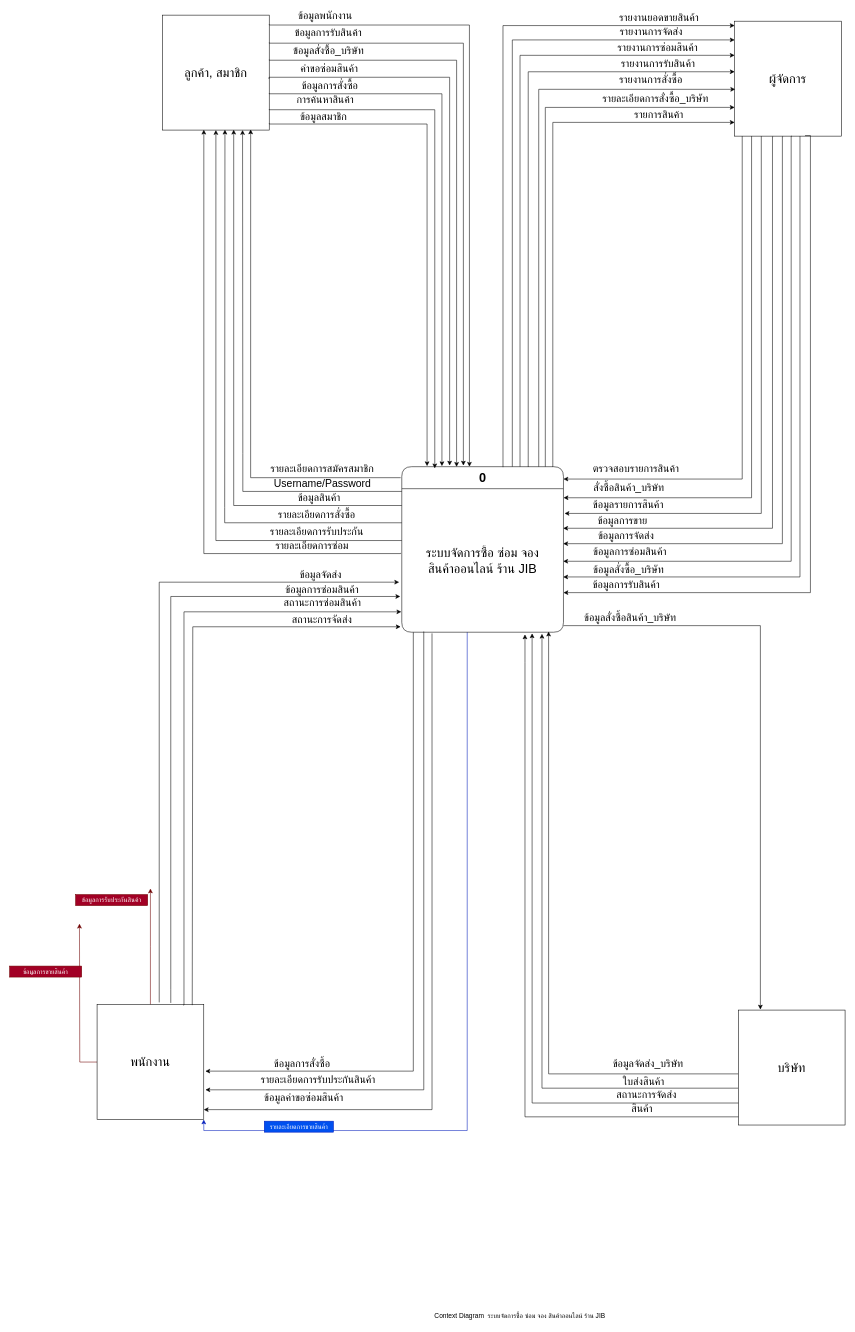
The draw.io diagram Untitled Diagram.drawio in tonparin/SomkidDiagram, before the edit. Source tidied: cells renumbered, new cells numbered last; positions are measured from the earlier drawing's top-left corner, leaving out a move shared by most shapes. Both pictures are drawn from the tidied source at 55%, with x=0, y=0 at pixel (9, 10).
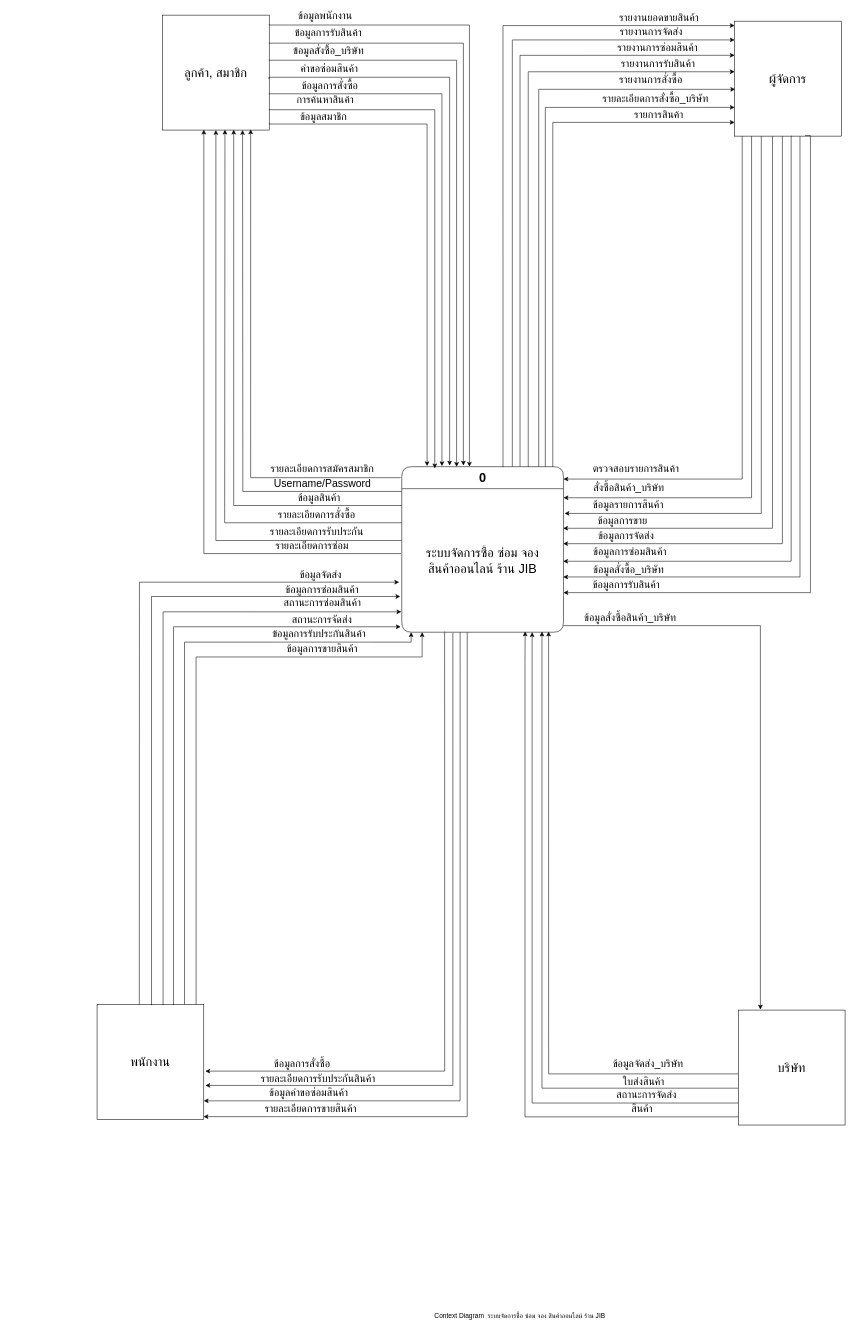
The same page after the edit.

The change refers to these unchanged cells:
```xml
<mxCell id="6" value="บริษัท" style="rounded=0;whiteSpace=wrap;html=1;fontSize=23;" parent="1" vertex="1">
  <mxGeometry x="1325" y="1818" width="194" height="209" as="geometry" />
</mxCell>
<mxCell id="9" value="0" style="swimlane;fontStyle=1;align=center;verticalAlign=middle;horizontal=1;startSize=40;html=1;rounded=1;fontSize=23;" parent="1" vertex="1">
  <mxGeometry x="713" y="830" width="294" height="301" as="geometry" />
</mxCell>
<mxCell id="10" value="&lt;div style=&quot;font-size: 23px;&quot;&gt;ระบบจัดการซื้อ ซ่อม จอง &lt;br style=&quot;font-size: 23px;&quot;&gt;&lt;/div&gt;&lt;div style=&quot;font-size: 23px;&quot;&gt;สินค้าออนไลน์ ร้าน JIB&lt;/div&gt;" style="text;html=1;strokeColor=none;fillColor=none;align=center;verticalAlign=middle;spacingLeft=4;spacingRight=4;overflow=hidden;points=[[0,0.5],[1,0.5]];portConstraint=eastwest;fontSize=23;" parent="9" vertex="1">
  <mxGeometry y="40" width="294" height="261" as="geometry" />
</mxCell>
<mxCell id="23" value="พนักงาน" style="rounded=0;whiteSpace=wrap;html=1;fontSize=23;" parent="1" vertex="1">
  <mxGeometry x="159" y="1808" width="194" height="209" as="geometry" />
</mxCell>
```

The edit, as a diff of the source:
```diff
@@
-    <mxCell id="5" style="edgeStyle=orthogonalEdgeStyle;rounded=0;jettySize=auto;html=1;entryX=0.867;entryY=1.011;entryDx=0;entryDy=0;entryPerimeter=0;" parent="1" edge="1" source="6" target="10">
+    <mxCell id="5" style="edgeStyle=orthogonalEdgeStyle;rounded=0;jettySize=auto;html=1;entryX=0.867;entryY=0.996;entryDx=0;entryDy=0;entryPerimeter=0;" parent="1" edge="1" source="6" target="10">
       <mxGeometry relative="1" as="geometry">
         <Array as="points">
           <mxPoint x="968" y="1960" />
         </Array>
       </mxGeometry>
     </mxCell>
@@
-    <mxCell id="8" style="edgeStyle=orthogonalEdgeStyle;rounded=0;jettySize=auto;html=1;entryX=1;entryY=1;entryDx=0;entryDy=0;fillColor=#0050ef;strokeColor=#001DBC;" parent="1" edge="1" source="9" target="23">
+    <mxCell id="8" style="edgeStyle=orthogonalEdgeStyle;rounded=0;jettySize=auto;html=1;entryX=0.998;entryY=0.975;entryDx=0;entryDy=0;fillColor=#0050ef;entryPerimeter=0;" parent="1" edge="1" source="9" target="23">
       <mxGeometry relative="1" as="geometry">
         <Array as="points">
-          <mxPoint x="832" y="2037" />
-          <mxPoint x="353" y="2037" />
+          <mxPoint x="832" y="2011" />
+          <mxPoint x="353" y="2011" />
         </Array>
       </mxGeometry>
     </mxCell>
@@
-    <mxCell id="21" style="edgeStyle=orthogonalEdgeStyle;rounded=0;jettySize=auto;html=1;fillColor=#a20025;strokeColor=#6F0000;" parent="1" edge="1" source="23">
+    <mxCell id="21" style="edgeStyle=orthogonalEdgeStyle;rounded=0;jettySize=auto;html=1;fillColor=#a20025;" parent="1" edge="1" source="23" target="10">
       <mxGeometry relative="1" as="geometry">
-        <mxPoint x="256" y="1597" as="targetPoint" />
+        <Array as="points">
+          <mxPoint x="318" y="1149" />
+          <mxPoint x="730" y="1149" />
+        </Array>
       </mxGeometry>
     </mxCell>
-    <mxCell id="22" style="edgeStyle=orthogonalEdgeStyle;rounded=0;jettySize=auto;html=1;fillColor=#a20025;strokeColor=#6F0000;" parent="1" edge="1" source="23">
+    <mxCell id="22" style="edgeStyle=orthogonalEdgeStyle;rounded=0;jettySize=auto;html=1;fillColor=#a20025;exitX=0.928;exitY=0.005;exitDx=0;exitDy=0;exitPerimeter=0;" parent="1" edge="1" source="23">
       <mxGeometry relative="1" as="geometry">
-        <mxPoint x="127" y="1661" as="targetPoint" />
+        <mxPoint x="750" y="1131" as="targetPoint" />
+        <Array as="points">
+          <mxPoint x="339" y="1176" />
+          <mxPoint x="750" y="1176" />
+        </Array>
       </mxGeometry>
     </mxCell>
@@
     <mxCell id="29" value="รายละเอียดการรับประกันสินค้า" style="text;html=1;strokeColor=none;fillColor=none;align=center;verticalAlign=middle;whiteSpace=wrap;rounded=0;fontSize=19;" parent="1" vertex="1">
-      <mxGeometry x="439" y="1934.5" width="244" height="20" as="geometry" />
+      <mxGeometry x="439" y="1932.5" width="244" height="20" as="geometry" />
     </mxCell>
     <mxCell id="30" value="ข้อมูลคำขอซ่อมสินค้า" style="text;html=1;strokeColor=none;fillColor=none;align=center;verticalAlign=middle;whiteSpace=wrap;rounded=0;fontSize=19;" parent="1" vertex="1">
-      <mxGeometry x="441" y="1967" width="188" height="20" as="geometry" />
+      <mxGeometry x="450" y="1958" width="188" height="20" as="geometry" />
     </mxCell>
-    <mxCell id="31" style="edgeStyle=orthogonalEdgeStyle;rounded=0;jettySize=auto;html=1;entryX=-0.007;entryY=0.962;entryDx=0;entryDy=0;entryPerimeter=0;exitX=0.892;exitY=0.005;exitDx=0;exitDy=0;exitPerimeter=0;" parent="1" edge="1" source="23" target="10">
+    <mxCell id="31" style="edgeStyle=orthogonalEdgeStyle;rounded=0;jettySize=auto;html=1;entryX=-0.007;entryY=0.962;entryDx=0;entryDy=0;entryPerimeter=0;" parent="1" edge="1" target="10">
       <mxGeometry relative="1" as="geometry">
+        <mxPoint x="298" y="1809" as="sourcePoint" />
         <Array as="points">
-          <mxPoint x="333" y="1121" />
+          <mxPoint x="298" y="1809" />
+          <mxPoint x="298" y="1121" />
         </Array>
       </mxGeometry>
     </mxCell>
@@
-    <mxCell id="84" style="edgeStyle=orthogonalEdgeStyle;rounded=0;jettySize=auto;html=1;entryX=0.806;entryY=1.008;entryDx=0;entryDy=0;entryPerimeter=0;" parent="1" edge="1" target="10">
+    <mxCell id="84" style="edgeStyle=orthogonalEdgeStyle;rounded=0;jettySize=auto;html=1;" parent="1" edge="1" target="10">
       <mxGeometry relative="1" as="geometry">
         <mxPoint x="1325" y="1987" as="sourcePoint" />
         <Array as="points">
           <mxPoint x="950" y="1987" />
         </Array>
       </mxGeometry>
     </mxCell>
-    <mxCell id="85" style="edgeStyle=orthogonalEdgeStyle;rounded=0;orthogonalLoop=1;jettySize=auto;html=1;" parent="1" edge="1">
+    <mxCell id="85" style="edgeStyle=orthogonalEdgeStyle;rounded=0;jettySize=auto;html=1;entryX=0.763;entryY=0.995;entryDx=0;entryDy=0;entryPerimeter=0;" parent="1" edge="1" target="10">
       <mxGeometry relative="1" as="geometry">
         <mxPoint x="1325" y="2012.1" as="sourcePoint" />
-        <mxPoint x="937" y="1135" as="targetPoint" />
         <Array as="points">
           <mxPoint x="937" y="2012" />
           <mxPoint x="937" y="1186" />
         </Array>
       </mxGeometry>
     </mxCell>
-    <mxCell id="86" style="edgeStyle=orthogonalEdgeStyle;rounded=0;jettySize=auto;html=1;entryX=-0.003;entryY=0.858;entryDx=0;entryDy=0;entryPerimeter=0;exitX=0.809;exitY=0.005;exitDx=0;exitDy=0;exitPerimeter=0;" parent="1" edge="1" source="23" target="10">
+    <mxCell id="86" style="edgeStyle=orthogonalEdgeStyle;rounded=0;jettySize=auto;html=1;entryX=-0.003;entryY=0.858;entryDx=0;entryDy=0;entryPerimeter=0;" parent="1" edge="1" target="10">
       <mxGeometry relative="1" as="geometry">
+        <mxPoint x="279" y="1809" as="sourcePoint" />
         <Array as="points">
-          <mxPoint x="317" y="1809" />
-          <mxPoint x="317" y="1094" />
+          <mxPoint x="279" y="1809" />
+          <mxPoint x="279" y="1094" />
         </Array>
       </mxGeometry>
     </mxCell>
-    <mxCell id="87" style="edgeStyle=orthogonalEdgeStyle;rounded=0;orthogonalLoop=1;jettySize=auto;html=1;entryX=-0.003;entryY=0.858;entryDx=0;entryDy=0;entryPerimeter=0;" parent="1" edge="1">
+    <mxCell id="87" style="edgeStyle=orthogonalEdgeStyle;rounded=0;jettySize=auto;html=1;entryX=-0.003;entryY=0.858;entryDx=0;entryDy=0;entryPerimeter=0;exitX=0.516;exitY=0.003;exitDx=0;exitDy=0;exitPerimeter=0;" parent="1" edge="1" source="23">
       <mxGeometry relative="1" as="geometry">
-        <mxPoint x="293" y="1805" as="sourcePoint" />
         <mxPoint x="710.2" y="1066" as="targetPoint" />
         <Array as="points">
-          <mxPoint x="293" y="1781" />
-          <mxPoint x="293" y="1066" />
+          <mxPoint x="258" y="1809" />
+          <mxPoint x="258" y="1066" />
         </Array>
       </mxGeometry>
     </mxCell>
-    <mxCell id="88" style="edgeStyle=orthogonalEdgeStyle;rounded=0;orthogonalLoop=1;jettySize=auto;html=1;entryX=-0.003;entryY=0.858;entryDx=0;entryDy=0;entryPerimeter=0;" parent="1" edge="1">
+    <mxCell id="88" style="edgeStyle=orthogonalEdgeStyle;rounded=0;jettySize=auto;html=1;entryX=-0.003;entryY=0.858;entryDx=0;entryDy=0;entryPerimeter=0;exitX=0.396;exitY=0;exitDx=0;exitDy=0;exitPerimeter=0;" parent="1" edge="1" source="23">
       <mxGeometry relative="1" as="geometry">
-        <mxPoint x="272" y="1804" as="sourcePoint" />
         <mxPoint x="708.2" y="1040" as="targetPoint" />
         <Array as="points">
-          <mxPoint x="272" y="1040" />
+          <mxPoint x="236" y="1804" />
+          <mxPoint x="236" y="1040" />
         </Array>
       </mxGeometry>
     </mxCell>
-    <mxCell id="89" style="edgeStyle=orthogonalEdgeStyle;rounded=0;jettySize=auto;html=1;entryX=1.015;entryY=0.579;entryDx=0;entryDy=0;entryPerimeter=0;exitX=0.075;exitY=1.004;exitDx=0;exitDy=0;exitPerimeter=0;" parent="1" edge="1" source="10" target="23">
+    <mxCell id="89" style="edgeStyle=orthogonalEdgeStyle;rounded=0;jettySize=auto;html=1;entryX=1.015;entryY=0.579;entryDx=0;entryDy=0;entryPerimeter=0;exitX=0.265;exitY=0.996;exitDx=0;exitDy=0;exitPerimeter=0;" parent="1" edge="1" source="10" target="23">
       <mxGeometry relative="1" as="geometry">
         <Array as="points">
-          <mxPoint x="734" y="1132" />
-          <mxPoint x="734" y="1929" />
+          <mxPoint x="791" y="1132" />
+          <mxPoint x="791" y="1929" />
         </Array>
       </mxGeometry>
     </mxCell>
-    <mxCell id="90" style="edgeStyle=orthogonalEdgeStyle;rounded=0;jettySize=auto;html=1;entryX=1.015;entryY=0.579;entryDx=0;entryDy=0;entryPerimeter=0;exitX=0.136;exitY=0.995;exitDx=0;exitDy=0;exitPerimeter=0;" parent="1" edge="1" source="10">
+    <mxCell id="90" style="edgeStyle=orthogonalEdgeStyle;rounded=0;jettySize=auto;html=1;exitX=0.316;exitY=1.004;exitDx=0;exitDy=0;exitPerimeter=0;" parent="1" edge="1" source="10">
       <mxGeometry relative="1" as="geometry">
-        <mxPoint x="356" y="1963" as="targetPoint" />
+        <mxPoint x="356" y="1955" as="targetPoint" />
         <Array as="points">
-          <mxPoint x="753" y="1963" />
+          <mxPoint x="806" y="1955" />
         </Array>
       </mxGeometry>
     </mxCell>
-    <mxCell id="91" style="edgeStyle=orthogonalEdgeStyle;rounded=0;jettySize=auto;html=1;entryX=1.015;entryY=0.579;entryDx=0;entryDy=0;entryPerimeter=0;exitX=0.187;exitY=1.008;exitDx=0;exitDy=0;exitPerimeter=0;" parent="1" edge="1" source="10">
+    <mxCell id="91" style="edgeStyle=orthogonalEdgeStyle;rounded=0;jettySize=auto;html=1;exitX=0.361;exitY=1;exitDx=0;exitDy=0;exitPerimeter=0;" parent="1" edge="1" source="10">
       <mxGeometry relative="1" as="geometry">
-        <mxPoint x="353" y="1999" as="targetPoint" />
+        <mxPoint x="353" y="1983" as="targetPoint" />
         <Array as="points">
-          <mxPoint x="768" y="1999" />
+          <mxPoint x="819" y="1133" />
+          <mxPoint x="819" y="1983" />
         </Array>
       </mxGeometry>
     </mxCell>
-    <mxCell id="92" value="ข้อมูลการรับประกันสินค้า" style="text;html=1;strokeColor=#6F0000;fillColor=#a20025;align=center;verticalAlign=middle;whiteSpace=wrap;rounded=0;fontColor=#ffffff;" parent="1" vertex="1">
-      <mxGeometry x="120" y="1608" width="131" height="20" as="geometry" />
+    <mxCell id="92" value="ข้อมูลการรับประกันสินค้า" style="text;html=1;align=center;verticalAlign=middle;whiteSpace=wrap;rounded=0;strokeColor=#FFFFFF;fillColor=#FFFFFF;fontSize=19;" parent="1" vertex="1">
+      <mxGeometry x="453" y="1125" width="220" height="20" as="geometry" />
     </mxCell>
-    <mxCell id="93" value="ข้อมูลการขายสินค้า" style="text;html=1;strokeColor=#6F0000;fillColor=#a20025;align=center;verticalAlign=middle;whiteSpace=wrap;rounded=0;fontColor=#ffffff;" parent="1" vertex="1">
-      <mxGeometry y="1738" width="131" height="20" as="geometry" />
+    <mxCell id="93" value="ข้อมูลการขายสินค้า" style="text;html=1;align=center;verticalAlign=middle;whiteSpace=wrap;rounded=0;strokeColor=#FFFFFF;fillColor=#FFFFFF;fontSize=19;" parent="1" vertex="1">
+      <mxGeometry x="477.5" y="1151" width="181" height="20" as="geometry" />
     </mxCell>
-    <mxCell id="94" value="รายละเอียดการขายสินค้า" style="text;html=1;strokeColor=#001DBC;fillColor=#0050ef;align=center;verticalAlign=middle;whiteSpace=wrap;rounded=0;fontColor=#ffffff;" parent="1" vertex="1">
-      <mxGeometry x="463" y="2020" width="125.8" height="20" as="geometry" />
+    <mxCell id="94" value="รายละเอียดการขายสินค้า" style="text;html=1;align=center;verticalAlign=middle;whiteSpace=wrap;rounded=0;fillColor=#FFFFFF;strokeColor=#FFFFFF;fontSize=19;" parent="1" vertex="1">
+      <mxGeometry x="439" y="1987" width="217" height="20" as="geometry" />
     </mxCell>
```
